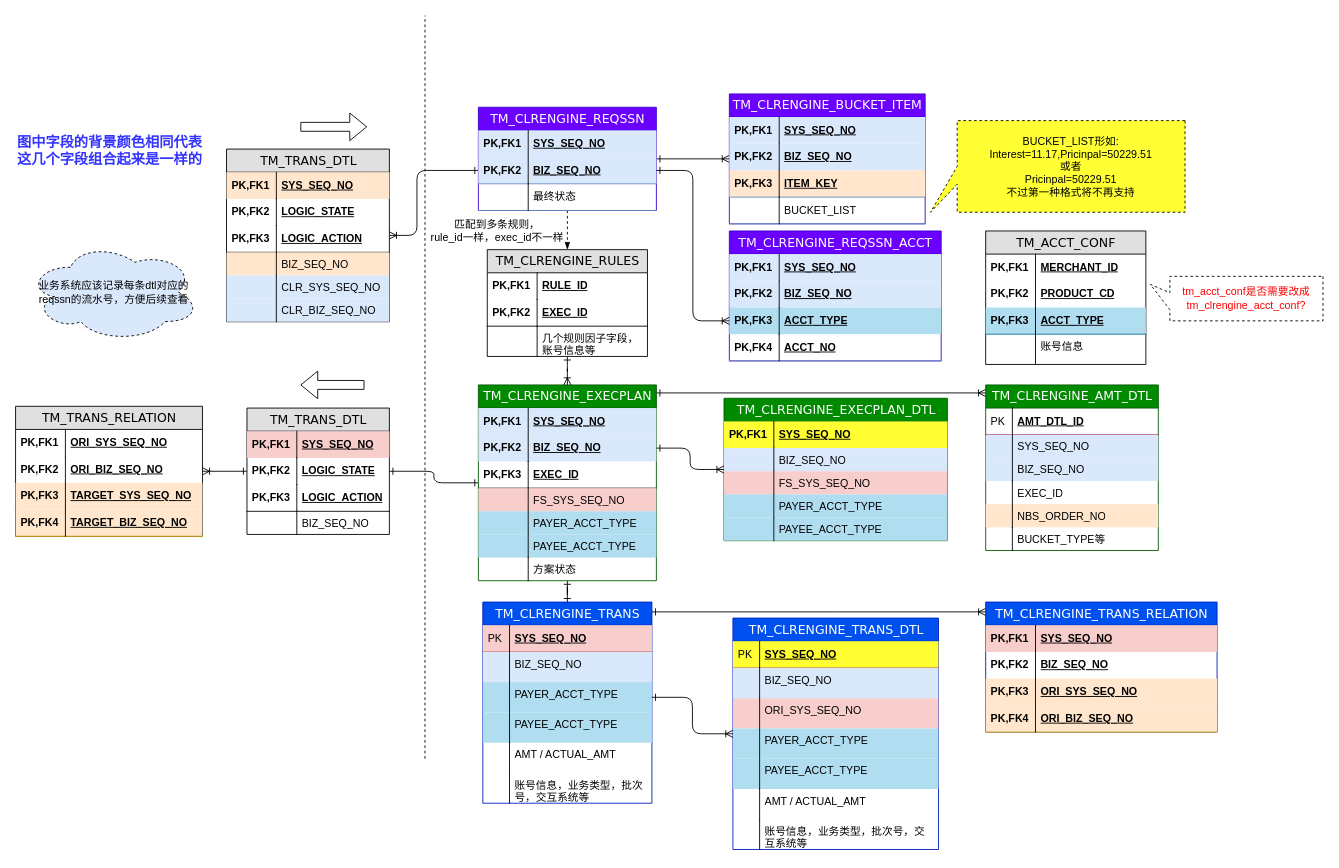
Above: 清算引擎数据结构图.drawio in staconfree/design (draw.io), before the change. Source tidied: cells renumbered, new cells numbered last; positions are measured from the earlier drawing's top-left corner, leaving out a move shared by most shapes. Both pictures are drawn from the tidied source at 89%, with x=0, y=0 at pixel (15, 15).
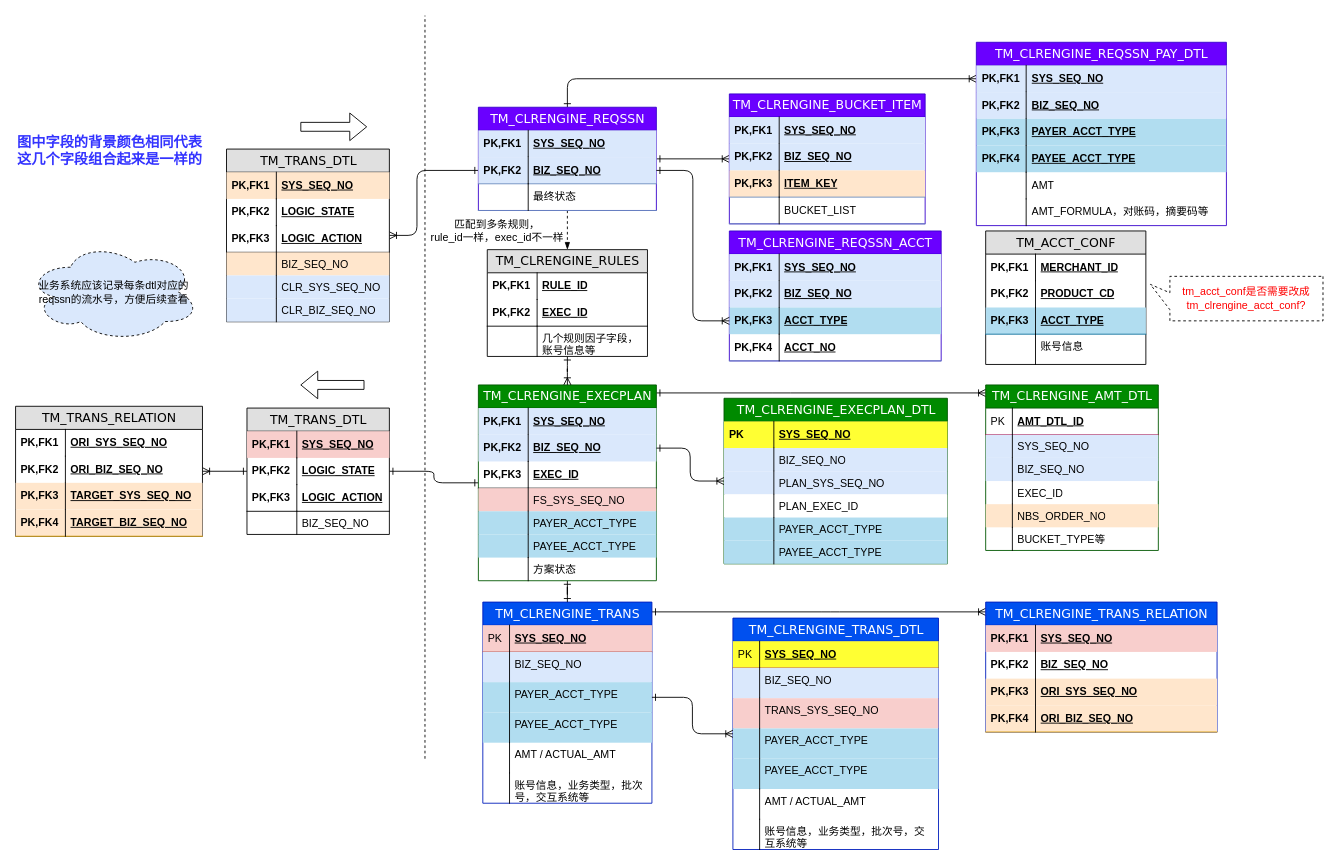
Above is the later version.

Commit message:
更新清算引擎数据结构图.drawio

Unchanged cells that the change refers to:
```xml
<mxCell id="33" value="TM_CLRENGINE_REQSSN" style="swimlane;html=1;fontStyle=0;horizontal=1;startSize=26;fillColor=#6a00ff;swimlaneFillColor=#ffffff;align=center;rounded=0;shadow=0;comic=0;labelBackgroundColor=none;strokeColor=#3700CC;strokeWidth=1;fontFamily=Verdana;fontSize=14;fontColor=#ffffff;" parent="1" vertex="1">
  <mxGeometry x="520" y="103" width="200" height="116" as="geometry" />
</mxCell>
<mxCell id="142" value="SYS_SEQ_NO" style="shape=partialRectangle;top=0;left=0;right=0;bottom=0;html=1;align=left;verticalAlign=middle;fillColor=#FFFF33;spacingLeft=60;spacingRight=4;whiteSpace=wrap;overflow=hidden;fontStyle=5;strokeColor=#6c8ebf;" parent="141" vertex="1">
  <mxGeometry y="26" width="251" height="30" as="geometry" />
</mxCell>
<mxCell id="153" value="TM_CLRENGINE_TRANS_DTL" style="swimlane;html=1;fontStyle=0;horizontal=1;startSize=26;fillColor=#0050ef;swimlaneFillColor=#ffffff;align=center;rounded=0;shadow=0;comic=0;labelBackgroundColor=none;strokeColor=#001DBC;strokeWidth=1;fontFamily=Verdana;fontSize=14;swimlaneLine=1;fontColor=#ffffff;" parent="1" vertex="1">
  <mxGeometry x="806" y="677" width="231" height="260" as="geometry" />
</mxCell>
```

The edit, as a diff of the source:
```diff
@@
+    <mxCell id="170" style="edgeStyle=orthogonalEdgeStyle;rounded=1;jettySize=auto;html=1;endArrow=ERoneToMany;endFill=0;startArrow=ERone;startFill=0;" parent="1" edge="1" source="33" target="174">
+      <mxGeometry relative="1" as="geometry" />
+    </mxCell>
@@
-    <mxCell id="139" value="BUCKET_LIST形如:&lt;br&gt;&lt;div&gt;Interest=11.17,Pricinpal=50229.51&lt;/div&gt;&lt;div&gt;或者&lt;br&gt;Pricinpal=50229.51&lt;br&gt;不过第一种格式将不再支持&lt;br&gt;&lt;/div&gt;" style="shape=callout;whiteSpace=wrap;html=1;perimeter=calloutPerimeter;fillColor=#FFFF33;fontColor=#000000;position2=1;direction=south;dashed=1;" parent="1" vertex="1">
-      <mxGeometry x="1028" y="118" width="286" height="103" as="geometry" />
-    </mxCell>
@@
     <mxCell id="141" value="TM_CLRENGINE_EXECPLAN_DTL" style="swimlane;html=1;fontStyle=0;horizontal=1;startSize=26;fillColor=#008a00;swimlaneFillColor=#ffffff;align=center;rounded=0;shadow=0;comic=0;labelBackgroundColor=none;strokeColor=#005700;strokeWidth=1;fontFamily=Verdana;fontSize=14;fontColor=#ffffff;" parent="1" vertex="1">
-      <mxGeometry x="796" y="430" width="251" height="160" as="geometry" />
+      <mxGeometry x="796" y="430" width="251" height="186" as="geometry" />
     </mxCell>
@@
-    <mxCell id="143" value="PK,FK1" style="shape=partialRectangle;fontStyle=1;top=0;left=0;bottom=0;html=1;fillColor=none;align=left;verticalAlign=middle;spacingLeft=4;spacingRight=4;whiteSpace=wrap;overflow=hidden;" parent="142" vertex="1">
+    <mxCell id="143" value="PK" style="shape=partialRectangle;fontStyle=1;top=0;left=0;bottom=0;html=1;fillColor=none;align=left;verticalAlign=middle;spacingLeft=4;spacingRight=4;whiteSpace=wrap;overflow=hidden;" parent="142" vertex="1">
       <mxGeometry width="56" height="30" as="geometry" />
     </mxCell>
@@
-    <mxCell id="146" value="FS_SYS_SEQ_NO" style="shape=partialRectangle;top=0;left=0;right=0;bottom=0;html=1;align=left;verticalAlign=top;fillColor=#f8cecc;spacingLeft=60;spacingRight=4;whiteSpace=wrap;overflow=hidden;strokeColor=#b85450;" parent="141" vertex="1">
+    <mxCell id="146" value="PLAN_SYS_SEQ_NO" style="shape=partialRectangle;top=0;left=0;right=0;bottom=0;html=1;align=left;verticalAlign=top;fillColor=#DAE8FC;spacingLeft=60;spacingRight=4;whiteSpace=wrap;overflow=hidden;strokeColor=#b85450;" parent="141" vertex="1">
       <mxGeometry y="82" width="251" height="26" as="geometry" />
     </mxCell>
@@
+    <mxCell id="171" value="PLAN_EXEC_ID" style="shape=partialRectangle;top=0;left=0;right=0;bottom=0;html=1;align=left;verticalAlign=top;fillColor=#ffffff;spacingLeft=60;spacingRight=4;whiteSpace=wrap;overflow=hidden;strokeColor=#b85450;" parent="141" vertex="1">
+      <mxGeometry y="108" width="251" height="26" as="geometry" />
+    </mxCell>
+    <mxCell id="172" style="shape=partialRectangle;top=0;left=0;bottom=0;html=1;fillColor=none;align=left;verticalAlign=top;spacingLeft=4;spacingRight=4;whiteSpace=wrap;overflow=hidden;" parent="171" vertex="1">
+      <mxGeometry width="56" height="26" as="geometry" />
+    </mxCell>
     <mxCell id="148" value="PAYER_ACCT_TYPE" style="shape=partialRectangle;top=0;left=0;right=0;bottom=0;html=1;align=left;verticalAlign=top;fillColor=#b1ddf0;spacingLeft=60;spacingRight=4;whiteSpace=wrap;overflow=hidden;strokeColor=#10739e;" parent="141" vertex="1">
-      <mxGeometry y="108" width="251" height="26" as="geometry" />
+      <mxGeometry y="134" width="251" height="26" as="geometry" />
     </mxCell>
@@
     <mxCell id="150" value="PAYEE_ACCT_TYPE" style="shape=partialRectangle;top=0;left=0;right=0;bottom=0;html=1;align=left;verticalAlign=top;fillColor=#b1ddf0;spacingLeft=60;spacingRight=4;whiteSpace=wrap;overflow=hidden;strokeColor=#10739e;" parent="141" vertex="1">
-      <mxGeometry y="134" width="251" height="26" as="geometry" />
+      <mxGeometry y="160" width="251" height="26" as="geometry" />
     </mxCell>
@@
-    <mxCell id="158" value="&lt;div&gt;ORI_SYS_SEQ_NO&lt;/div&gt;" style="shape=partialRectangle;top=0;left=0;right=0;bottom=0;html=1;align=left;verticalAlign=top;fillColor=#F8CECC;spacingLeft=34;spacingRight=4;whiteSpace=wrap;overflow=hidden;" parent="153" vertex="1">
+    <mxCell id="158" value="&lt;div&gt;TRANS_SYS_SEQ_NO&lt;/div&gt;" style="shape=partialRectangle;top=0;left=0;right=0;bottom=0;html=1;align=left;verticalAlign=top;fillColor=#F8CECC;spacingLeft=34;spacingRight=4;whiteSpace=wrap;overflow=hidden;" parent="153" vertex="1">
       <mxGeometry y="90" width="231" height="34" as="geometry" />
     </mxCell>
@@
+    <mxCell id="173" value="&lt;div&gt;TM_CLRENGINE_REQSSN_PAY_DTL&lt;/div&gt;" style="swimlane;html=1;fontStyle=0;horizontal=1;startSize=26;fillColor=#6a00ff;swimlaneFillColor=#ffffff;align=center;rounded=0;shadow=0;comic=0;labelBackgroundColor=none;strokeColor=#3700CC;strokeWidth=1;fontFamily=Verdana;fontSize=14;fontColor=#ffffff;" parent="1" vertex="1">
+      <mxGeometry x="1079.5" y="30" width="281" height="206" as="geometry" />
+    </mxCell>
+    <mxCell id="174" value="SYS_SEQ_NO" style="shape=partialRectangle;top=0;left=0;right=0;bottom=0;html=1;align=left;verticalAlign=middle;fillColor=#dae8fc;spacingLeft=60;spacingRight=4;whiteSpace=wrap;overflow=hidden;points=[[0,0.5],[1,0.5]];portConstraint=eastwest;fontStyle=5;strokeColor=#6c8ebf;" parent="173" vertex="1">
+      <mxGeometry y="26" width="281" height="30" as="geometry" />
+    </mxCell>
+    <mxCell id="175" value="PK,FK1" style="shape=partialRectangle;fontStyle=1;top=0;left=0;bottom=0;html=1;fillColor=none;align=left;verticalAlign=middle;spacingLeft=4;spacingRight=4;whiteSpace=wrap;overflow=hidden;" parent="174" vertex="1">
+      <mxGeometry width="56" height="30" as="geometry" />
+    </mxCell>
+    <mxCell id="176" value="BIZ_SEQ_NO" style="shape=partialRectangle;top=0;left=0;right=0;bottom=0;html=1;align=left;verticalAlign=middle;fillColor=#dae8fc;spacingLeft=60;spacingRight=4;whiteSpace=wrap;overflow=hidden;fontStyle=5;strokeColor=#6c8ebf;" parent="173" vertex="1">
+      <mxGeometry y="56" width="281" height="30" as="geometry" />
+    </mxCell>
+    <mxCell id="177" value="PK,FK2" style="shape=partialRectangle;fontStyle=1;top=0;left=0;bottom=0;html=1;fillColor=none;align=left;verticalAlign=middle;spacingLeft=4;spacingRight=4;whiteSpace=wrap;overflow=hidden;" parent="176" vertex="1">
+      <mxGeometry width="56" height="30" as="geometry" />
+    </mxCell>
+    <mxCell id="178" value="PAYER_ACCT_TYPE" style="shape=partialRectangle;top=0;left=0;right=0;bottom=0;html=1;align=left;verticalAlign=middle;fillColor=#b1ddf0;spacingLeft=60;spacingRight=4;whiteSpace=wrap;overflow=hidden;fontStyle=5;strokeColor=#10739e;" parent="173" vertex="1">
+      <mxGeometry y="86" width="281" height="30" as="geometry" />
+    </mxCell>
+    <mxCell id="179" value="PK,FK3" style="shape=partialRectangle;fontStyle=1;top=0;left=0;bottom=0;html=1;fillColor=none;align=left;verticalAlign=middle;spacingLeft=4;spacingRight=4;whiteSpace=wrap;overflow=hidden;" parent="178" vertex="1">
+      <mxGeometry width="56" height="30" as="geometry" />
+    </mxCell>
+    <mxCell id="180" value="PAYEE_ACCT_TYPE" style="shape=partialRectangle;top=0;left=0;right=0;bottom=0;html=1;align=left;verticalAlign=middle;fillColor=#b1ddf0;spacingLeft=60;spacingRight=4;whiteSpace=wrap;overflow=hidden;fontStyle=5;strokeColor=#10739E;" parent="173" vertex="1">
+      <mxGeometry y="116" width="281" height="30" as="geometry" />
+    </mxCell>
+    <mxCell id="181" value="PK,FK4" style="shape=partialRectangle;fontStyle=1;top=0;left=0;bottom=0;html=1;fillColor=none;align=left;verticalAlign=middle;spacingLeft=4;spacingRight=4;whiteSpace=wrap;overflow=hidden;" parent="180" vertex="1">
+      <mxGeometry width="56" height="30" as="geometry" />
+    </mxCell>
+    <mxCell id="182" value="AMT" style="shape=partialRectangle;top=0;left=0;right=0;bottom=0;html=1;align=left;verticalAlign=middle;fillColor=none;spacingLeft=60;spacingRight=4;whiteSpace=wrap;overflow=hidden;fontStyle=0;strokeColor=#000000;" parent="173" vertex="1">
+      <mxGeometry y="146" width="281" height="30" as="geometry" />
+    </mxCell>
+    <mxCell id="183" style="shape=partialRectangle;fontStyle=1;top=0;left=0;bottom=0;html=1;fillColor=none;align=left;verticalAlign=middle;spacingLeft=4;spacingRight=4;whiteSpace=wrap;overflow=hidden;" parent="182" vertex="1">
+      <mxGeometry width="56" height="30" as="geometry" />
+    </mxCell>
+    <mxCell id="184" value="AMT_FORMULA，对账码，摘要码等" style="shape=partialRectangle;top=0;left=0;right=0;bottom=0;html=1;align=left;verticalAlign=middle;fillColor=none;spacingLeft=60;spacingRight=4;whiteSpace=wrap;overflow=hidden;fontStyle=0;strokeColor=#000000;" parent="173" vertex="1">
+      <mxGeometry y="176" width="281" height="30" as="geometry" />
+    </mxCell>
+    <mxCell id="185" style="shape=partialRectangle;fontStyle=1;top=0;left=0;bottom=0;html=1;fillColor=none;align=left;verticalAlign=middle;spacingLeft=4;spacingRight=4;whiteSpace=wrap;overflow=hidden;" parent="184" vertex="1">
+      <mxGeometry width="56" height="30" as="geometry" />
+    </mxCell>
```
